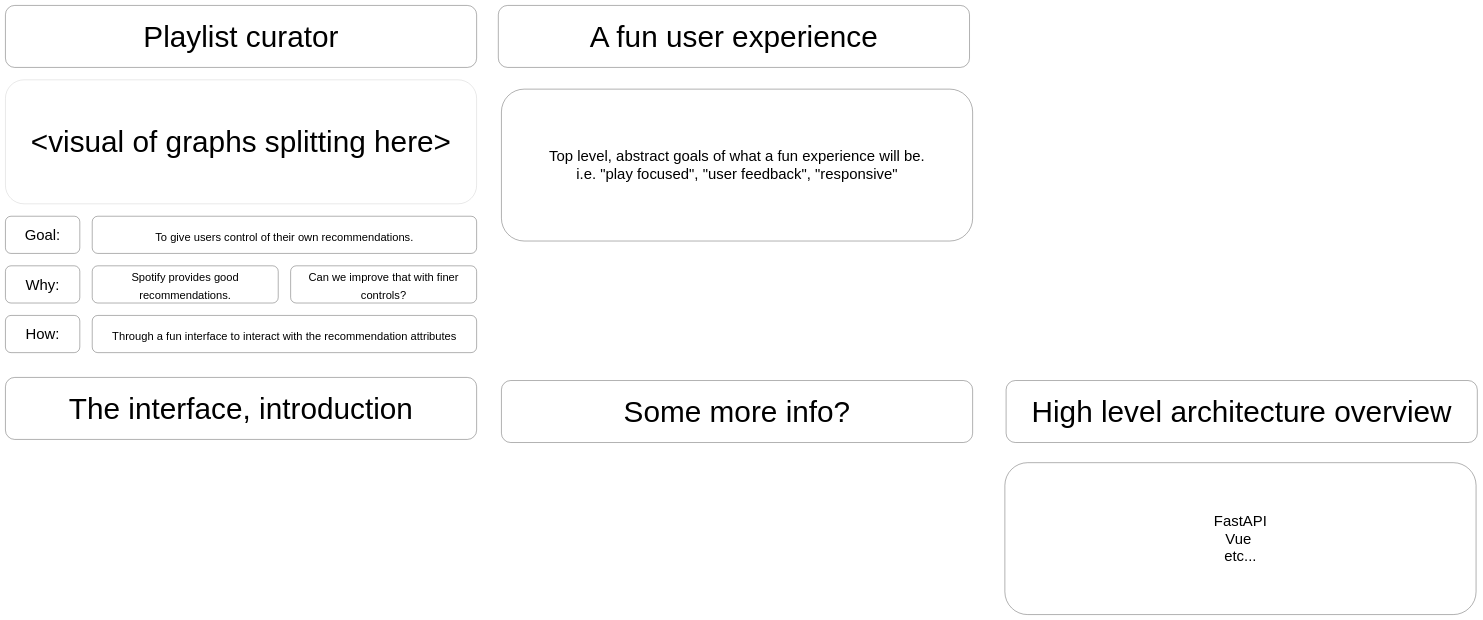
mihaelaaleks/playlist_curator keeps this draw.io diagram as docs/presentation_pages.drawio. Above is the earlier version. Source tidied: cells renumbered, new cells numbered last; positions are measured from the earlier drawing's top-left corner, leaving out a move shared by most shapes. Both pictures are drawn from the tidied source at 31%, with x=0, y=0 at pixel (5, 5).
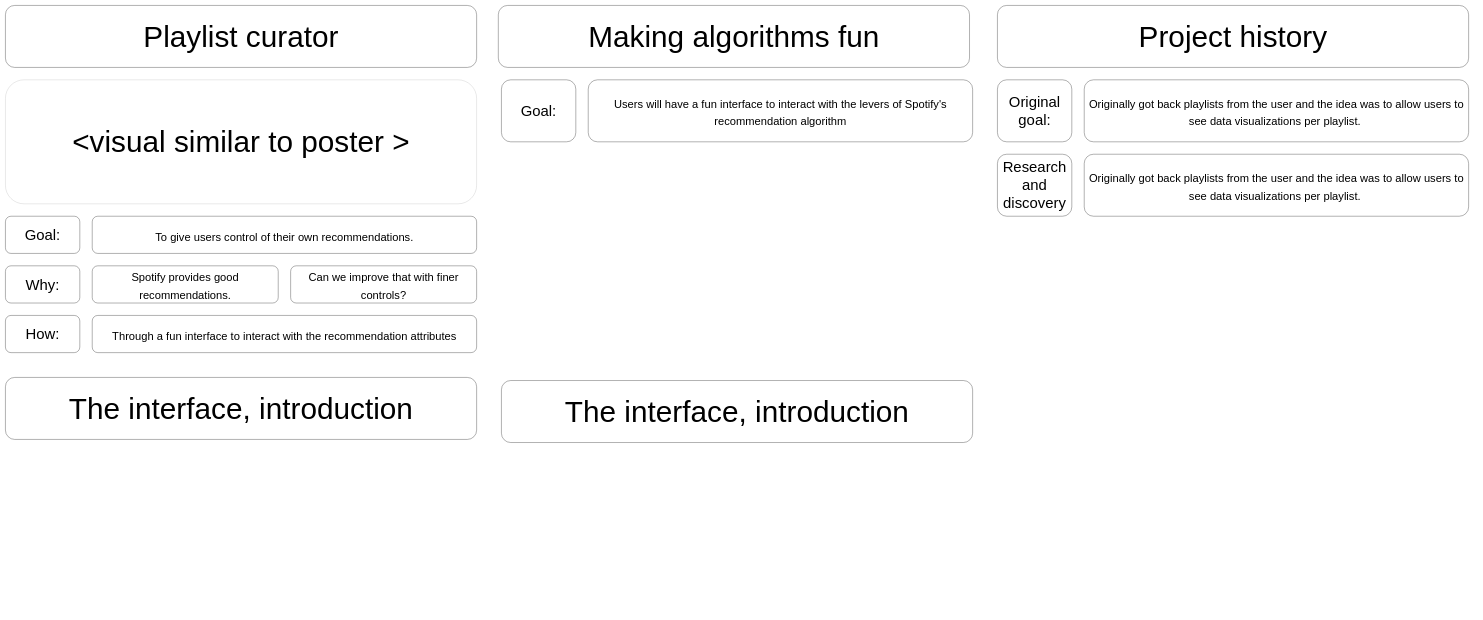
The same page after the edit.

The edit, as a diff of the source:
```diff
@@
-    <mxCell id="10" value="&amp;lt;visual of graphs splitting here&amp;gt;" style="rounded=1;whiteSpace=wrap;html=1;fontSize=96;opacity=30;" parent="1" vertex="1">
+    <mxCell id="10" value="&amp;lt;visual similar to poster &amp;gt;" style="rounded=1;whiteSpace=wrap;html=1;fontSize=96;opacity=30;" parent="1" vertex="1">
       <mxGeometry y="240" width="1520" height="400" as="geometry" />
     </mxCell>
-    <mxCell id="11" value="A fun user experience" style="rounded=1;whiteSpace=wrap;html=1;fontSize=96;" parent="1" vertex="1">
+    <mxCell id="11" value="Making algorithms fun" style="rounded=1;whiteSpace=wrap;html=1;fontSize=96;" parent="1" vertex="1">
       <mxGeometry x="1590" width="1520" height="200" as="geometry" />
     </mxCell>
-    <mxCell id="12" value="Top level, abstract goals of what a fun experience will be.&lt;br&gt;i.e. &quot;play focused&quot;, &quot;user feedback&quot;, &quot;responsive&quot;" style="rounded=1;whiteSpace=wrap;html=1;fontSize=48;" parent="1" vertex="1">
-      <mxGeometry x="1600" y="270" width="1520" height="490" as="geometry" />
-    </mxCell>
@@
-    <mxCell id="14" value="Some more info?" style="rounded=1;whiteSpace=wrap;html=1;fontSize=96;" parent="1" vertex="1">
+    <mxCell id="14" value="The interface, introduction" style="rounded=1;whiteSpace=wrap;html=1;fontSize=96;" parent="1" vertex="1">
       <mxGeometry x="1600" y="1210" width="1520" height="200" as="geometry" />
     </mxCell>
-    <mxCell id="15" value="High level architecture overview" style="rounded=1;whiteSpace=wrap;html=1;fontSize=96;" parent="1" vertex="1">
-      <mxGeometry x="3228" y="1210" width="1520" height="200" as="geometry" />
+    <mxCell id="15" value="Goal:" style="rounded=1;whiteSpace=wrap;html=1;fontSize=48;" parent="1" vertex="1">
+      <mxGeometry x="1600" y="240" width="240" height="200" as="geometry" />
     </mxCell>
-    <mxCell id="16" value="FastAPI&lt;br&gt;Vue&amp;nbsp;&lt;br&gt;etc..." style="rounded=1;whiteSpace=wrap;html=1;fontSize=48;" parent="1" vertex="1">
-      <mxGeometry x="3224" y="1475" width="1520" height="490" as="geometry" />
+    <mxCell id="16" value="&lt;p style=&quot;line-height: 60%;&quot;&gt;&lt;span style=&quot;font-size: 36px;&quot;&gt;Users will have a fun interface to interact with the levers of Spotify's recommendation algorithm&lt;/span&gt;&lt;/p&gt;" style="rounded=1;whiteSpace=wrap;html=1;fontSize=72;" parent="1" vertex="1">
+      <mxGeometry x="1880" y="240" width="1240" height="200" as="geometry" />
     </mxCell>
+    <mxCell id="17" value="Project history" style="rounded=1;whiteSpace=wrap;html=1;fontSize=96;" parent="1" vertex="1">
+      <mxGeometry x="3200" width="1520" height="200" as="geometry" />
+    </mxCell>
+    <mxCell id="18" value="Original goal:" style="rounded=1;whiteSpace=wrap;html=1;fontSize=48;" parent="1" vertex="1">
+      <mxGeometry x="3200" y="240" width="240" height="200" as="geometry" />
+    </mxCell>
+    <mxCell id="19" value="&lt;p style=&quot;line-height: 60%;&quot;&gt;&lt;span style=&quot;font-size: 36px;&quot;&gt;Originally got back playlists from the user and the idea was to allow users to see data visualizations per playlist.&amp;nbsp;&lt;/span&gt;&lt;/p&gt;" style="rounded=1;whiteSpace=wrap;html=1;fontSize=72;" parent="1" vertex="1">
+      <mxGeometry x="3480" y="240" width="1240" height="200" as="geometry" />
+    </mxCell>
+    <mxCell id="20" value="Research and discovery" style="rounded=1;whiteSpace=wrap;html=1;fontSize=48;" parent="1" vertex="1">
+      <mxGeometry x="3200" y="480" width="240" height="200" as="geometry" />
+    </mxCell>
+    <mxCell id="21" value="&lt;p style=&quot;line-height: 60%;&quot;&gt;&lt;span style=&quot;font-size: 36px;&quot;&gt;Originally got back playlists from the user and the idea was to allow users to see data visualizations per playlist.&amp;nbsp;&lt;/span&gt;&lt;/p&gt;" style="rounded=1;whiteSpace=wrap;html=1;fontSize=72;" parent="1" vertex="1">
+      <mxGeometry x="3480" y="480" width="1240" height="200" as="geometry" />
+    </mxCell>
```
